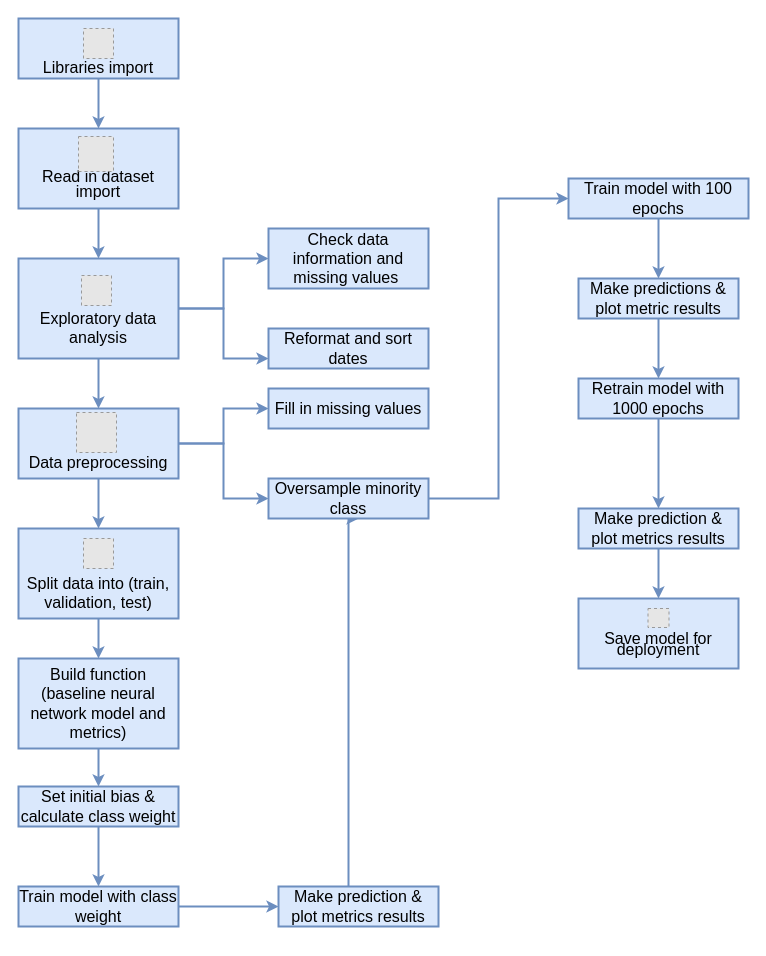
Earlier version of the draw.io diagram page "Page-2" (1 of 5) of Untitled Diagram.drawio (absheriff/charts). Source tidied: cells renumbered, new cells numbered last; positions are measured from the earlier drawing's top-left corner, leaving out a move shared by most shapes. Both pictures are drawn from the tidied source at 100%, with x=0, y=0 at pixel (18, 18). Pictures stored in the file or linked from it are replaced by grey dashed boxes.
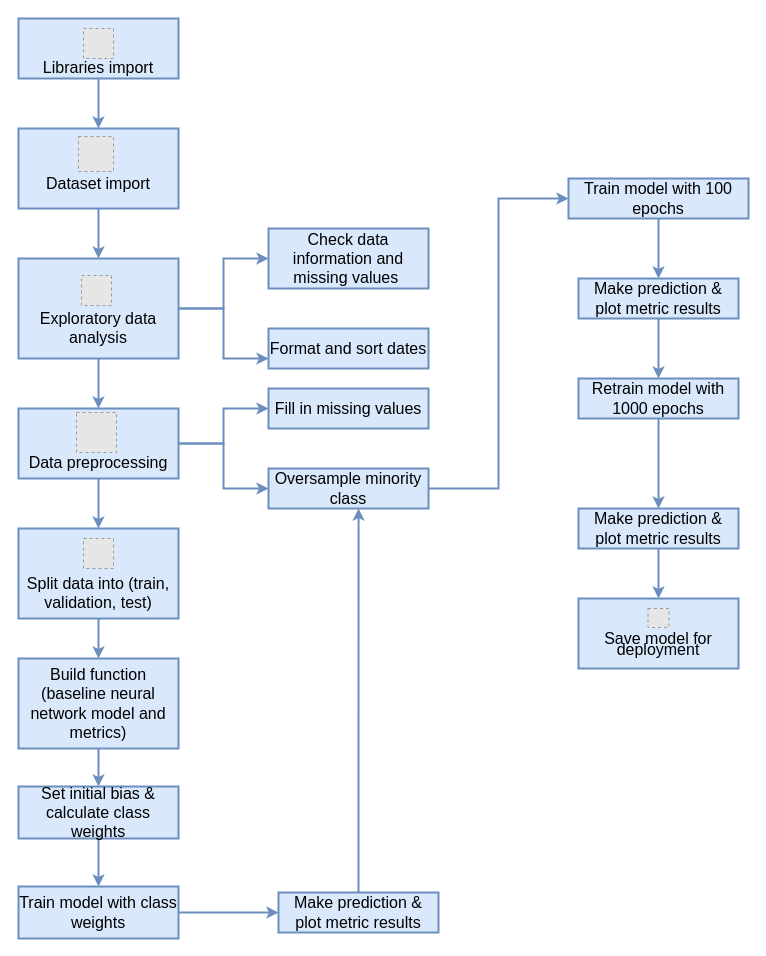
The same diagram, later.

Diff of the diagram source:
```diff
@@
-    <mxCell id="5" value="&lt;p style=&quot;line-height: 33%;&quot;&gt;&lt;font style=&quot;font-size: 16px;&quot;&gt;&lt;br&gt;&lt;/font&gt;&lt;/p&gt;&lt;p style=&quot;line-height: 110%;&quot;&gt;&lt;font style=&quot;font-size: 16px;&quot;&gt;&lt;br&gt;Read in dataset import&lt;/font&gt;&lt;/p&gt;" style="rounded=0;whiteSpace=wrap;html=1;arcSize=17;shadow=0;strokeWidth=2;labelBackgroundColor=none;fillColor=#dae8fc;strokeColor=#6c8ebf;" parent="1" vertex="1">
+    <mxCell id="5" value="&lt;p style=&quot;line-height: 33%;&quot;&gt;&lt;font style=&quot;font-size: 16px;&quot;&gt;&lt;br&gt;&lt;/font&gt;&lt;/p&gt;&lt;p style=&quot;line-height: 110%;&quot;&gt;&lt;font style=&quot;font-size: 16px;&quot;&gt;&lt;br&gt;Dataset import&lt;/font&gt;&lt;/p&gt;" style="rounded=0;whiteSpace=wrap;html=1;arcSize=17;shadow=0;strokeWidth=2;labelBackgroundColor=none;fillColor=#dae8fc;strokeColor=#6c8ebf;" parent="1" vertex="1">
       <mxGeometry y="110" width="160" height="80" as="geometry" />
     </mxCell>
@@
-    <mxCell id="19" value="&lt;font style=&quot;font-size: 16px;&quot;&gt;Set initial bias &amp;amp; calculate class weight&lt;/font&gt;" style="rounded=0;whiteSpace=wrap;html=1;arcSize=17;shadow=0;strokeWidth=2;labelBackgroundColor=none;fillColor=#dae8fc;strokeColor=#6c8ebf;" parent="1" vertex="1">
-      <mxGeometry y="768" width="160" height="40" as="geometry" />
+    <mxCell id="19" value="&lt;font style=&quot;font-size: 16px;&quot;&gt;Set initial bias &amp;amp; calculate class weights&lt;/font&gt;" style="rounded=0;whiteSpace=wrap;html=1;arcSize=17;shadow=0;strokeWidth=2;labelBackgroundColor=none;fillColor=#dae8fc;strokeColor=#6c8ebf;" parent="1" vertex="1">
+      <mxGeometry y="768" width="160" height="52" as="geometry" />
     </mxCell>
@@
-    <mxCell id="21" value="&lt;font style=&quot;font-size: 16px;&quot;&gt;Train model with class weight&lt;/font&gt;" style="rounded=0;whiteSpace=wrap;html=1;arcSize=17;shadow=0;strokeWidth=2;labelBackgroundColor=none;fillColor=#dae8fc;strokeColor=#6c8ebf;" parent="1" vertex="1">
-      <mxGeometry y="868" width="160" height="40" as="geometry" />
+    <mxCell id="21" value="&lt;font style=&quot;font-size: 16px;&quot;&gt;Train model with class weights&lt;/font&gt;" style="rounded=0;whiteSpace=wrap;html=1;arcSize=17;shadow=0;strokeWidth=2;labelBackgroundColor=none;fillColor=#dae8fc;strokeColor=#6c8ebf;" parent="1" vertex="1">
+      <mxGeometry y="868" width="160" height="52" as="geometry" />
     </mxCell>
     <mxCell id="22" style="edgeStyle=orthogonalEdgeStyle;rounded=0;jettySize=auto;html=1;arcSize=17;shadow=0;strokeWidth=2;entryX=0.563;entryY=1;entryDx=0;entryDy=0;entryPerimeter=0;labelBackgroundColor=none;strokeColor=#6c8ebf;fontColor=default;fillColor=#dae8fc;" parent="1" edge="1" source="23" target="26">
       <mxGeometry relative="1" as="geometry">
         <Array as="points">
-          <mxPoint x="330" y="500" />
+          <mxPoint x="340" y="690" />
+          <mxPoint x="340" y="690" />
         </Array>
       </mxGeometry>
     </mxCell>
-    <mxCell id="23" value="&lt;font style=&quot;font-size: 16px;&quot;&gt;Make prediction &amp;amp; plot metrics results&lt;/font&gt;" style="rounded=0;whiteSpace=wrap;html=1;arcSize=17;shadow=0;strokeWidth=2;labelBackgroundColor=none;fillColor=#dae8fc;strokeColor=#6c8ebf;" parent="1" vertex="1">
-      <mxGeometry x="260" y="868" width="160" height="40" as="geometry" />
+    <mxCell id="23" value="&lt;font style=&quot;font-size: 16px;&quot;&gt;Make prediction &amp;amp; plot metric results&lt;/font&gt;" style="rounded=0;whiteSpace=wrap;html=1;arcSize=17;shadow=0;strokeWidth=2;labelBackgroundColor=none;fillColor=#dae8fc;strokeColor=#6c8ebf;" parent="1" vertex="1">
+      <mxGeometry x="260" y="874" width="160" height="40" as="geometry" />
     </mxCell>
@@
     <mxCell id="26" value="&lt;font style=&quot;font-size: 16px;&quot;&gt;Oversample minority class&lt;/font&gt;" style="rounded=0;whiteSpace=wrap;html=1;arcSize=17;shadow=0;strokeWidth=2;labelBackgroundColor=none;fillColor=#dae8fc;strokeColor=#6c8ebf;" parent="1" vertex="1">
-      <mxGeometry x="250" y="460" width="160" height="40" as="geometry" />
+      <mxGeometry x="250" y="450" width="160" height="40" as="geometry" />
     </mxCell>
@@
-    <mxCell id="28" value="&lt;span style=&quot;font-size: 16px;&quot;&gt;Reformat and sort dates&lt;br&gt;&lt;/span&gt;" style="rounded=0;whiteSpace=wrap;html=1;arcSize=17;shadow=0;strokeWidth=2;labelBackgroundColor=none;fillColor=#dae8fc;strokeColor=#6c8ebf;" parent="1" vertex="1">
+    <mxCell id="28" value="&lt;span style=&quot;font-size: 16px;&quot;&gt;Format and sort dates&lt;br&gt;&lt;/span&gt;" style="rounded=0;whiteSpace=wrap;html=1;arcSize=17;shadow=0;strokeWidth=2;labelBackgroundColor=none;fillColor=#dae8fc;strokeColor=#6c8ebf;" parent="1" vertex="1">
       <mxGeometry x="250" y="310" width="160" height="40" as="geometry" />
     </mxCell>
@@
-    <mxCell id="32" value="&lt;span style=&quot;font-size: 16px;&quot;&gt;Make predictions &amp;amp; plot metric results&lt;/span&gt;" style="rounded=0;whiteSpace=wrap;html=1;arcSize=17;shadow=0;strokeWidth=2;labelBackgroundColor=none;fillColor=#dae8fc;strokeColor=#6c8ebf;" parent="1" vertex="1">
+    <mxCell id="32" value="&lt;span style=&quot;font-size: 16px;&quot;&gt;Make prediction &amp;amp; plot metric results&lt;/span&gt;" style="rounded=0;whiteSpace=wrap;html=1;arcSize=17;shadow=0;strokeWidth=2;labelBackgroundColor=none;fillColor=#dae8fc;strokeColor=#6c8ebf;" parent="1" vertex="1">
       <mxGeometry x="560" y="260" width="160" height="40" as="geometry" />
     </mxCell>
@@
-    <mxCell id="36" value="&lt;span style=&quot;font-size: 16px;&quot;&gt;Make prediction &amp;amp; plot metrics results&lt;/span&gt;" style="rounded=0;whiteSpace=wrap;html=1;arcSize=17;shadow=0;strokeWidth=2;labelBackgroundColor=none;fillColor=#dae8fc;strokeColor=#6c8ebf;" parent="1" vertex="1">
+    <mxCell id="36" value="&lt;span style=&quot;font-size: 16px;&quot;&gt;Make prediction &amp;amp; plot metric results&lt;/span&gt;" style="rounded=0;whiteSpace=wrap;html=1;arcSize=17;shadow=0;strokeWidth=2;labelBackgroundColor=none;fillColor=#dae8fc;strokeColor=#6c8ebf;" parent="1" vertex="1">
       <mxGeometry x="560" y="490" width="160" height="40" as="geometry" />
     </mxCell>
```
